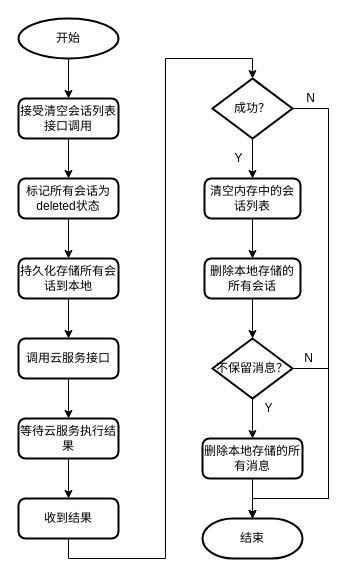
liuao2010/360MobileSafe keeps this draw.io diagram as page "flow-clear-conversation-list" (4 of 11) of 获取会话列表.drawio. Above is the earlier version. Source tidied: cells renumbered, new cells numbered last; positions are measured from the earlier drawing's top-left corner, leaving out a move shared by most shapes. Both pictures are drawn from the tidied source at 100%, with x=0, y=0 at pixel (18, 18).
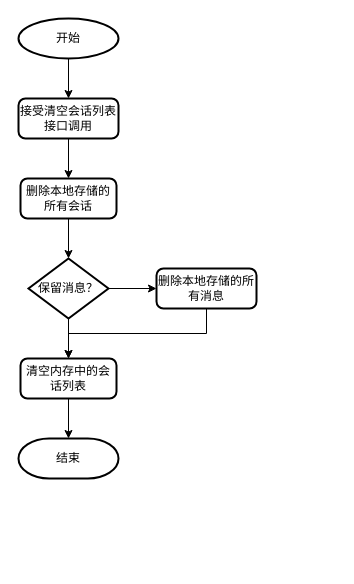
The same page after the edit.

Unchanged cells that the change refers to:
```xml
<mxCell id="5" value="接受清空会话列表接口调用" style="rounded=1;whiteSpace=wrap;html=1;absoluteArcSize=1;arcSize=14;strokeWidth=2;" parent="1" vertex="1">
  <mxGeometry y="80" width="100" height="40" as="geometry" />
</mxCell>
```

Change to the diagram source:
```diff
@@
-    <mxCell id="4" style="edgeStyle=orthogonalEdgeStyle;rounded=0;jettySize=auto;html=1;exitX=0.5;exitY=1;exitDx=0;exitDy=0;entryX=0.5;entryY=0;entryDx=0;entryDy=0;" parent="1" edge="1" source="5" target="7">
-      <mxGeometry relative="1" as="geometry" />
-    </mxCell>
+    <mxCell id="33" style="edgeStyle=orthogonalEdgeStyle;rounded=0;jettySize=auto;html=1;exitX=0.5;exitY=1;exitDx=0;exitDy=0;entryX=0.5;entryY=0;entryDx=0;entryDy=0;" parent="1" edge="1" source="5" target="22">
+      <mxGeometry relative="1" as="geometry" />
+    </mxCell>
@@
-    <mxCell id="6" style="edgeStyle=orthogonalEdgeStyle;rounded=0;jettySize=auto;html=1;exitX=0.5;exitY=1;exitDx=0;exitDy=0;entryX=0.5;entryY=0;entryDx=0;entryDy=0;" parent="1" edge="1" source="7" target="9">
-      <mxGeometry relative="1" as="geometry" />
-    </mxCell>
-    <mxCell id="7" value="标记所有会话为deleted状态" style="rounded=1;whiteSpace=wrap;html=1;absoluteArcSize=1;arcSize=14;strokeWidth=2;" parent="1" vertex="1">
-      <mxGeometry y="160" width="100" height="40" as="geometry" />
-    </mxCell>
-    <mxCell id="8" style="edgeStyle=orthogonalEdgeStyle;rounded=0;jettySize=auto;html=1;exitX=0.5;exitY=1;exitDx=0;exitDy=0;entryX=0.5;entryY=0;entryDx=0;entryDy=0;" parent="1" edge="1" source="9" target="11">
-      <mxGeometry relative="1" as="geometry" />
-    </mxCell>
-    <mxCell id="9" value="持久化存储所有会话到本地" style="rounded=1;whiteSpace=wrap;html=1;absoluteArcSize=1;arcSize=14;strokeWidth=2;" parent="1" vertex="1">
-      <mxGeometry y="240" width="100" height="40" as="geometry" />
-    </mxCell>
-    <mxCell id="10" style="edgeStyle=orthogonalEdgeStyle;rounded=0;jettySize=auto;html=1;exitX=0.5;exitY=1;exitDx=0;exitDy=0;entryX=0.5;entryY=0;entryDx=0;entryDy=0;" parent="1" edge="1" source="11" target="13">
-      <mxGeometry relative="1" as="geometry" />
-    </mxCell>
-    <mxCell id="11" value="调用云服务接口" style="rounded=1;whiteSpace=wrap;html=1;absoluteArcSize=1;arcSize=14;strokeWidth=2;" parent="1" vertex="1">
-      <mxGeometry y="320" width="100" height="40" as="geometry" />
-    </mxCell>
-    <mxCell id="12" style="edgeStyle=orthogonalEdgeStyle;rounded=0;jettySize=auto;html=1;exitX=0.5;exitY=1;exitDx=0;exitDy=0;entryX=0.5;entryY=0;entryDx=0;entryDy=0;" parent="1" edge="1" source="13" target="15">
-      <mxGeometry relative="1" as="geometry" />
-    </mxCell>
-    <mxCell id="13" value="等待云服务执行结果" style="rounded=1;whiteSpace=wrap;html=1;absoluteArcSize=1;arcSize=14;strokeWidth=2;" parent="1" vertex="1">
-      <mxGeometry y="400" width="100" height="40" as="geometry" />
-    </mxCell>
-    <mxCell id="14" style="edgeStyle=orthogonalEdgeStyle;rounded=0;jettySize=auto;html=1;exitX=0.5;exitY=1;exitDx=0;exitDy=0;entryX=0.5;entryY=0;entryDx=0;entryDy=0;entryPerimeter=0;" parent="1" edge="1" source="15" target="18">
-      <mxGeometry relative="1" as="geometry" />
-    </mxCell>
-    <mxCell id="15" value="收到结果" style="rounded=1;whiteSpace=wrap;html=1;absoluteArcSize=1;arcSize=14;strokeWidth=2;" parent="1" vertex="1">
-      <mxGeometry y="480" width="100" height="40" as="geometry" />
-    </mxCell>
-    <mxCell id="16" style="edgeStyle=orthogonalEdgeStyle;rounded=0;jettySize=auto;html=1;exitX=0.5;exitY=1;exitDx=0;exitDy=0;exitPerimeter=0;entryX=0.5;entryY=0;entryDx=0;entryDy=0;" parent="1" edge="1" source="18" target="20">
-      <mxGeometry relative="1" as="geometry" />
-    </mxCell>
-    <mxCell id="17" style="edgeStyle=orthogonalEdgeStyle;rounded=0;jettySize=auto;html=1;exitX=1;exitY=0.5;exitDx=0;exitDy=0;exitPerimeter=0;entryX=0.5;entryY=0;entryDx=0;entryDy=0;entryPerimeter=0;" parent="1" edge="1" source="18" target="28">
-      <mxGeometry relative="1" as="geometry">
-        <Array as="points">
-          <mxPoint x="310" y="90" />
-          <mxPoint x="310" y="480" />
-          <mxPoint x="234" y="480" />
-        </Array>
-      </mxGeometry>
-    </mxCell>
-    <mxCell id="18" value="成功？" style="strokeWidth=2;html=1;shape=mxgraph.flowchart.decision;whiteSpace=wrap;rounded=1;" parent="1" vertex="1">
-      <mxGeometry x="194" y="60" width="80" height="60" as="geometry" />
-    </mxCell>
-    <mxCell id="19" style="edgeStyle=orthogonalEdgeStyle;rounded=0;jettySize=auto;html=1;exitX=0.5;exitY=1;exitDx=0;exitDy=0;entryX=0.5;entryY=0;entryDx=0;entryDy=0;" parent="1" edge="1" source="20" target="22">
-      <mxGeometry relative="1" as="geometry" />
-    </mxCell>
+    <mxCell id="34" style="edgeStyle=orthogonalEdgeStyle;rounded=0;jettySize=auto;html=1;exitX=0.5;exitY=1;exitDx=0;exitDy=0;entryX=0.5;entryY=0;entryDx=0;entryDy=0;entryPerimeter=0;" parent="1" edge="1" source="20" target="28">
+      <mxGeometry relative="1" as="geometry" />
+    </mxCell>
     <mxCell id="20" value="清空内存中的会话列表" style="rounded=1;whiteSpace=wrap;html=1;absoluteArcSize=1;arcSize=14;strokeWidth=2;" parent="1" vertex="1">
-      <mxGeometry x="186" y="160" width="96" height="40" as="geometry" />
+      <mxGeometry x="2" y="340" width="96" height="40" as="geometry" />
     </mxCell>
@@
     <mxCell id="22" value="删除本地存储的所有会话" style="rounded=1;whiteSpace=wrap;html=1;absoluteArcSize=1;arcSize=14;strokeWidth=2;" parent="1" vertex="1">
-      <mxGeometry x="186" y="240" width="96" height="40" as="geometry" />
+      <mxGeometry x="2" y="160" width="96" height="40" as="geometry" />
     </mxCell>
-    <mxCell id="23" style="edgeStyle=orthogonalEdgeStyle;rounded=0;jettySize=auto;html=1;exitX=0.5;exitY=1;exitDx=0;exitDy=0;exitPerimeter=0;entryX=0.5;entryY=0;entryDx=0;entryDy=0;" parent="1" edge="1" source="25" target="27">
+    <mxCell id="23" style="edgeStyle=orthogonalEdgeStyle;rounded=0;jettySize=auto;html=1;exitX=1;exitY=0.5;exitDx=0;exitDy=0;exitPerimeter=0;entryX=0;entryY=0.5;entryDx=0;entryDy=0;" parent="1" edge="1" source="25" target="27">
       <mxGeometry relative="1" as="geometry" />
     </mxCell>
-    <mxCell id="24" style="edgeStyle=orthogonalEdgeStyle;rounded=0;jettySize=auto;html=1;exitX=1;exitY=0.5;exitDx=0;exitDy=0;exitPerimeter=0;entryX=0.5;entryY=0;entryDx=0;entryDy=0;entryPerimeter=0;" parent="1" edge="1" source="25" target="28">
-      <mxGeometry relative="1" as="geometry">
-        <Array as="points">
-          <mxPoint x="310" y="350" />
-          <mxPoint x="310" y="480" />
-          <mxPoint x="234" y="480" />
-        </Array>
-      </mxGeometry>
-    </mxCell>
+    <mxCell id="35" style="edgeStyle=orthogonalEdgeStyle;rounded=0;jettySize=auto;html=1;exitX=0.5;exitY=1;exitDx=0;exitDy=0;exitPerimeter=0;entryX=0.5;entryY=0;entryDx=0;entryDy=0;" parent="1" edge="1" source="25" target="20">
+      <mxGeometry relative="1" as="geometry" />
+    </mxCell>
-    <mxCell id="25" value="不保留消息？" style="strokeWidth=2;html=1;shape=mxgraph.flowchart.decision;whiteSpace=wrap;rounded=1;" parent="1" vertex="1">
-      <mxGeometry x="194" y="320" width="80" height="60" as="geometry" />
+    <mxCell id="25" value="保留消息？" style="strokeWidth=2;html=1;shape=mxgraph.flowchart.decision;whiteSpace=wrap;rounded=1;" parent="1" vertex="1">
+      <mxGeometry x="10" y="240" width="80" height="60" as="geometry" />
     </mxCell>
-    <mxCell id="26" style="edgeStyle=orthogonalEdgeStyle;rounded=0;jettySize=auto;html=1;exitX=0.5;exitY=1;exitDx=0;exitDy=0;entryX=0.5;entryY=0;entryDx=0;entryDy=0;entryPerimeter=0;" parent="1" edge="1" source="27" target="28">
-      <mxGeometry relative="1" as="geometry" />
-    </mxCell>
+    <mxCell id="36" style="edgeStyle=orthogonalEdgeStyle;rounded=0;jettySize=auto;html=1;exitX=0.5;exitY=1;exitDx=0;exitDy=0;entryX=0.5;entryY=0;entryDx=0;entryDy=0;" parent="1" edge="1" source="27" target="20">
+      <mxGeometry relative="1" as="geometry" />
+    </mxCell>
     <mxCell id="27" value="删除本地存储的所有消息" style="rounded=1;whiteSpace=wrap;html=1;absoluteArcSize=1;arcSize=14;strokeWidth=2;" parent="1" vertex="1">
-      <mxGeometry x="184" y="420" width="100" height="40" as="geometry" />
+      <mxGeometry x="138" y="250" width="100" height="40" as="geometry" />
     </mxCell>
     <mxCell id="28" value="结束" style="strokeWidth=2;html=1;shape=mxgraph.flowchart.terminator;whiteSpace=wrap;rounded=1;" parent="1" vertex="1">
-      <mxGeometry x="184" y="500" width="100" height="40" as="geometry" />
+      <mxGeometry y="420" width="100" height="40" as="geometry" />
     </mxCell>
-    <mxCell id="29" value="Y" style="text;html=1;align=center;verticalAlign=middle;" parent="1" vertex="1">
-      <mxGeometry x="210" y="130" width="20" height="20" as="geometry" />
-    </mxCell>
-    <mxCell id="30" value="N" style="text;html=1;align=center;verticalAlign=middle;" parent="1" vertex="1">
-      <mxGeometry x="282" y="70" width="20" height="20" as="geometry" />
-    </mxCell>
-    <mxCell id="31" value="Y" style="text;html=1;align=center;verticalAlign=middle;" parent="1" vertex="1">
-      <mxGeometry x="240" y="380" width="20" height="20" as="geometry" />
-    </mxCell>
-    <mxCell id="32" value="N" style="text;html=1;align=center;verticalAlign=middle;" parent="1" vertex="1">
-      <mxGeometry x="280" y="330" width="20" height="20" as="geometry" />
-    </mxCell>
```
